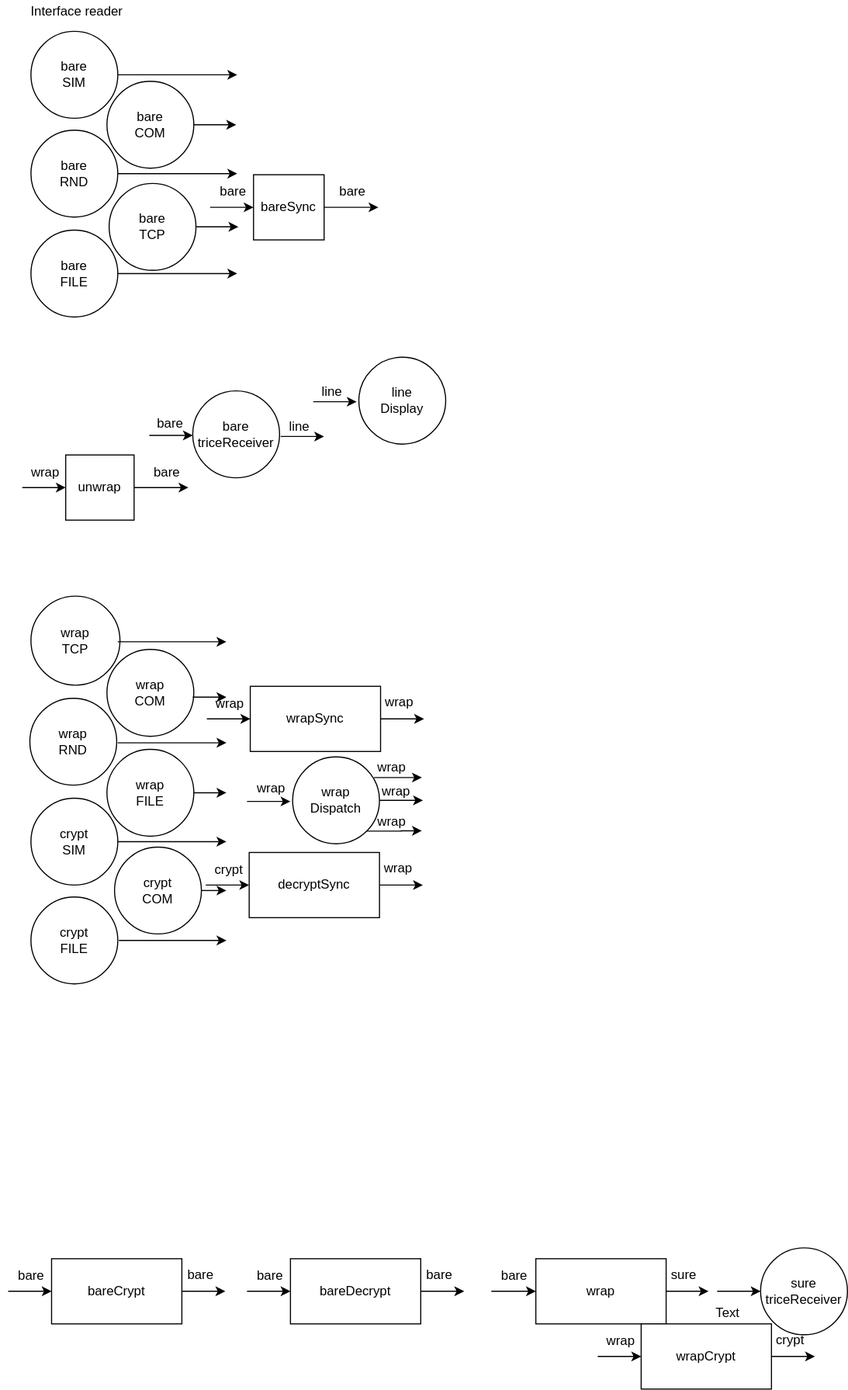
Earlier version of the draw.io export docs/README.media/ReadCloser.svg (rokath/trice). Source tidied: cells renumbered, new cells last; positions are measured from the earlier drawing's top-left corner, leaving out a move shared by most shapes.
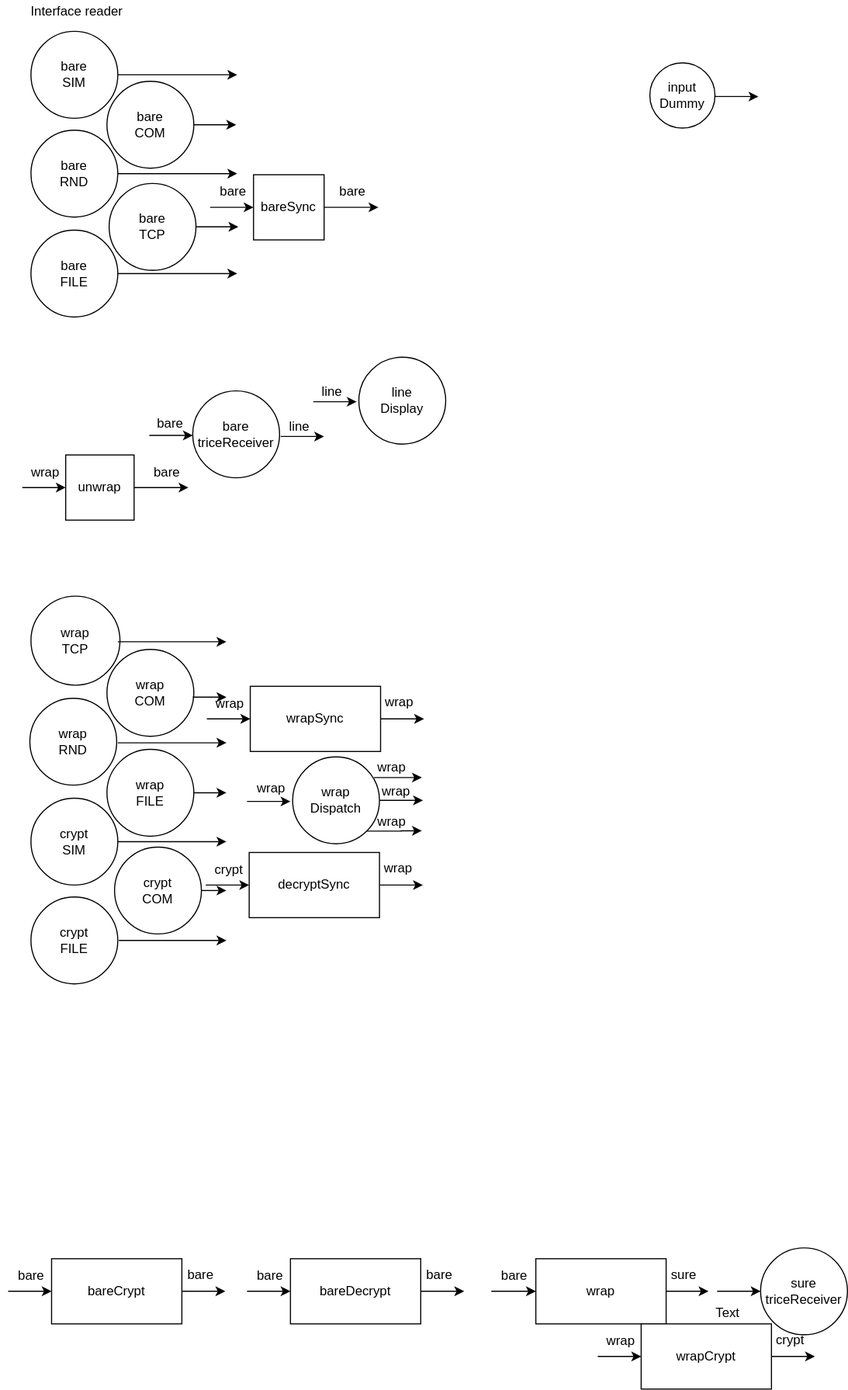
Later version of the same file.

Diff of the diagram source:
```diff
@@ -359,5 +359,17 @@
     <mxCell id="86" value="wrap" style="text;html=1;align=center;verticalAlign=middle;" parent="1" vertex="1">
       <mxGeometry x="222" y="715" width="40" height="20" as="geometry" />
     </mxCell>
+    <mxCell id="87" value="input&lt;br&gt;Dummy" style="ellipse;whiteSpace=wrap;html=1;" parent="1" vertex="1">
+      <mxGeometry x="591" y="57" width="60" height="60" as="geometry" />
+    </mxCell>
+    <mxCell id="88" style="edgeStyle=orthogonalEdgeStyle;rounded=0;jettySize=auto;html=1;exitX=1;exitY=0.5;exitDx=0;exitDy=0;" parent="1" edge="1" source="87">
+      <mxGeometry relative="1" as="geometry">
+        <mxPoint x="691" y="88" as="targetPoint" />
+        <Array as="points">
+          <mxPoint x="671" y="88" />
+          <mxPoint x="671" y="88" />
+        </Array>
+      </mxGeometry>
+    </mxCell>
   </root>
 </mxGraphModel>
```
